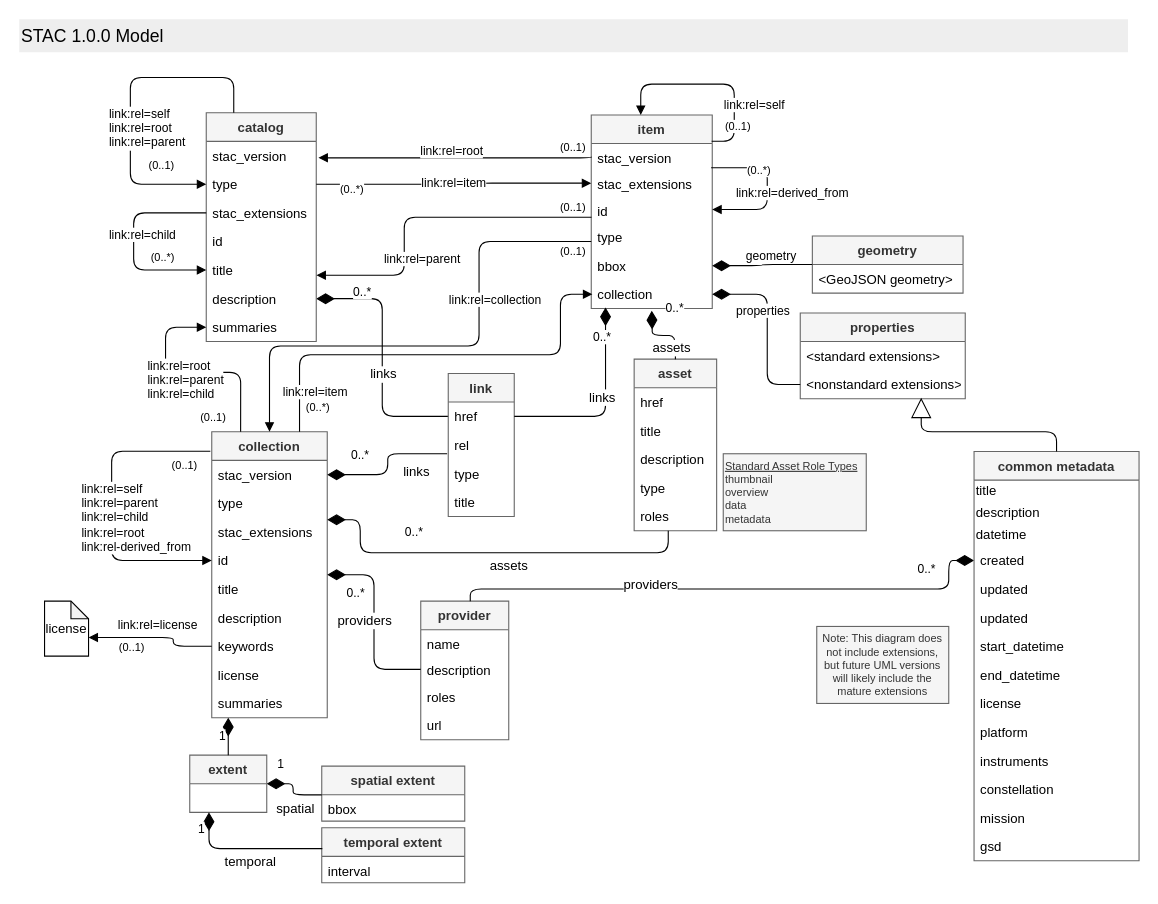
This is STAC-UML.drawio from radiantearth/stac-spec, a draw.io file, before an edit. Source tidied: cells renumbered, new cells numbered last; positions are measured from the earlier drawing's top-left corner, leaving out a move shared by most shapes. Both pictures are drawn from the tidied source at 110%, with x=0, y=0 at pixel (19, 19).
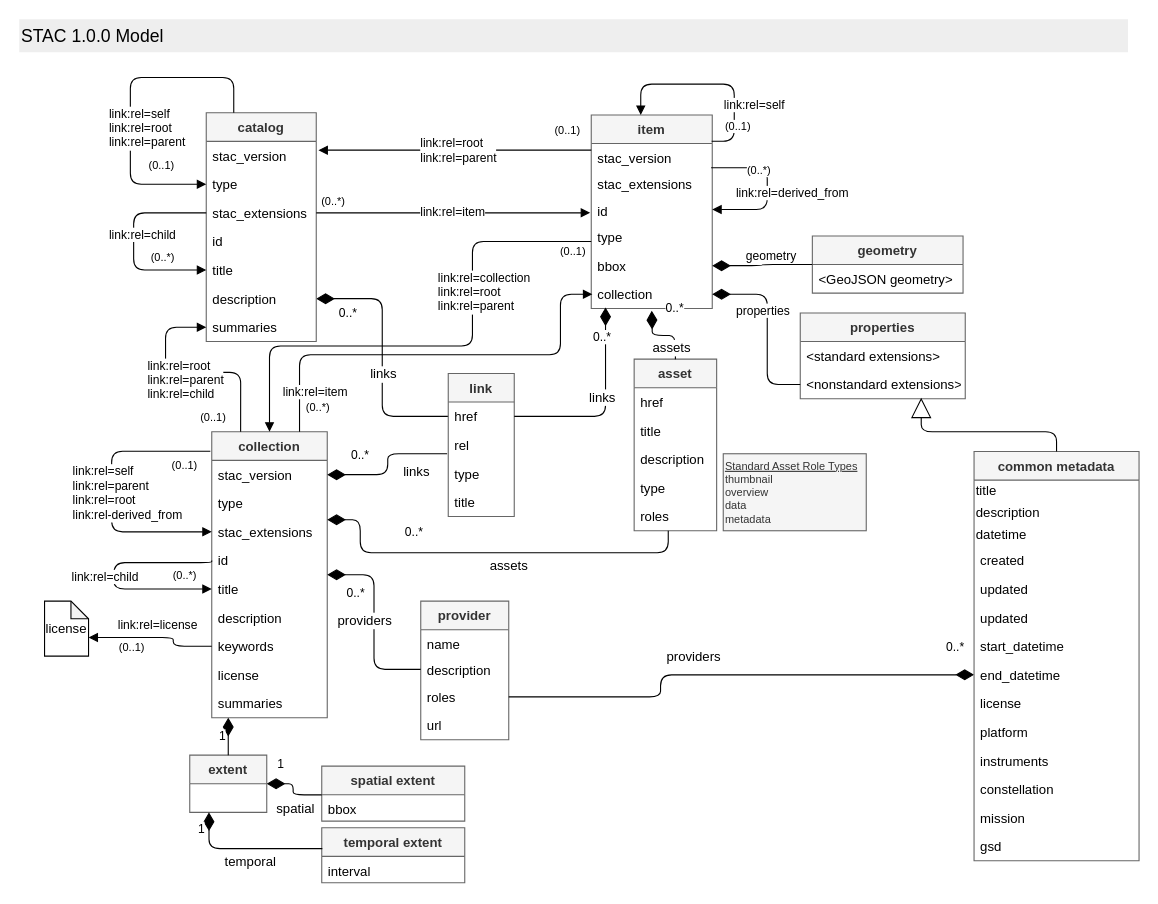
The same diagram, later.

Unchanged cells that the change refers to:
```xml
<mxCell id="6" value="type" style="text;strokeColor=none;fillColor=none;align=left;verticalAlign=top;spacingLeft=4;spacingRight=4;overflow=hidden;points=[[0,0.5],[1,0.5]];portConstraint=eastwest;" parent="4" vertex="1">
  <mxGeometry y="52" width="100" height="26" as="geometry" />
</mxCell>
<mxCell id="7" value="stac_extensions" style="text;strokeColor=none;fillColor=none;align=left;verticalAlign=top;spacingLeft=4;spacingRight=4;overflow=hidden;points=[[0,0.5],[1,0.5]];portConstraint=eastwest;" parent="4" vertex="1">
  <mxGeometry y="78" width="100" height="26" as="geometry" />
</mxCell>
<mxCell id="9" value="title" style="text;strokeColor=none;fillColor=none;align=left;verticalAlign=top;spacingLeft=4;spacingRight=4;overflow=hidden;points=[[0,0.5],[1,0.5]];portConstraint=eastwest;" parent="4" vertex="1">
  <mxGeometry y="130" width="100" height="26" as="geometry" />
</mxCell>
<mxCell id="10" value="description" style="text;strokeColor=none;fillColor=none;align=left;verticalAlign=top;spacingLeft=4;spacingRight=4;overflow=hidden;points=[[0,0.5],[1,0.5]];portConstraint=eastwest;" parent="4" vertex="1">
  <mxGeometry y="156" width="100" height="26" as="geometry" />
</mxCell>
<mxCell id="17" value="stac_version" style="text;strokeColor=none;fillColor=none;align=left;verticalAlign=top;spacingLeft=4;spacingRight=4;overflow=hidden;points=[[0,0.5],[1,0.5]];portConstraint=eastwest;" parent="16" vertex="1">
  <mxGeometry y="26" width="110" height="24" as="geometry" />
</mxCell>
<mxCell id="27" value="collection" style="swimlane;fontStyle=1;horizontal=1;startSize=26;fillColor=#f5f5f5;strokeColor=#666666;fontColor=#333333;" parent="1" vertex="1">
  <mxGeometry x="175" y="375" width="105" height="260" as="geometry" />
</mxCell>
<mxCell id="30" value="stac_extensions" style="text;strokeColor=none;fillColor=none;align=left;verticalAlign=top;spacingLeft=4;spacingRight=4;overflow=hidden;points=[[0,0.5],[1,0.5]];portConstraint=eastwest;" parent="27" vertex="1">
  <mxGeometry y="78" width="105" height="26" as="geometry" />
</mxCell>
<mxCell id="31" value="id" style="text;strokeColor=none;fillColor=none;align=left;verticalAlign=top;spacingLeft=4;spacingRight=4;overflow=hidden;points=[[0,0.5],[1,0.5]];portConstraint=eastwest;" parent="27" vertex="1">
  <mxGeometry y="104" width="105" height="26" as="geometry" />
</mxCell>
<mxCell id="32" value="title" style="text;strokeColor=none;fillColor=none;align=left;verticalAlign=top;spacingLeft=4;spacingRight=4;overflow=hidden;points=[[0,0.5],[1,0.5]];portConstraint=eastwest;" parent="27" vertex="1">
  <mxGeometry y="130" width="105" height="26" as="geometry" />
</mxCell>
<mxCell id="40" value="href" style="text;strokeColor=none;fillColor=none;align=left;verticalAlign=top;spacingLeft=4;spacingRight=4;overflow=hidden;points=[[0,0.5],[1,0.5]];portConstraint=eastwest;" parent="39" vertex="1">
  <mxGeometry y="26" width="60" height="26" as="geometry" />
</mxCell>
<mxCell id="73" value="provider" style="swimlane;fontStyle=1;horizontal=1;startSize=26;fillColor=#f5f5f5;strokeColor=#666666;fontColor=#333333;" parent="1" vertex="1">
  <mxGeometry x="365" y="529" width="80" height="126" as="geometry" />
</mxCell>
<mxCell id="76" value="roles" style="text;strokeColor=none;fillColor=none;align=left;verticalAlign=top;spacingLeft=4;spacingRight=4;overflow=hidden;points=[[0,0.5],[1,0.5]];portConstraint=eastwest;" parent="73" vertex="1">
  <mxGeometry y="74" width="80" height="26" as="geometry" />
</mxCell>
<mxCell id="86" value="created" style="text;strokeColor=none;fillColor=none;align=left;verticalAlign=top;spacingLeft=4;spacingRight=4;overflow=hidden;points=[[0,0.5],[1,0.5]];portConstraint=eastwest;" parent="82" vertex="1">
  <mxGeometry y="86" width="150" height="26" as="geometry" />
</mxCell>
<mxCell id="90" value="end_datetime" style="text;strokeColor=none;fillColor=none;align=left;verticalAlign=top;spacingLeft=4;spacingRight=4;overflow=hidden;points=[[0,0.5],[1,0.5]];portConstraint=eastwest;spacing=2;" parent="82" vertex="1">
  <mxGeometry y="190" width="150" height="26" as="geometry" />
</mxCell>
```

Diff of the diagram source:
```diff
@@
     <mxCell id="2" value="0..*" style="endArrow=none;html=1;endSize=12;startArrow=diamondThin;startSize=14;startFill=1;edgeStyle=orthogonalEdgeStyle;align=left;verticalAlign=bottom;entryX=0;entryY=0.5;entryDx=0;entryDy=0;endFill=0;" parent="1" edge="1" source="10" target="40">
-      <mxGeometry x="-0.72" y="-3" relative="1" as="geometry" />
+      <mxGeometry x="-0.83" y="-22" relative="1" as="geometry" />
     </mxCell>
@@
-    <mxCell id="37" value="link:rel=self&lt;br&gt;link:rel=parent&lt;br&gt;link:rel=child&lt;br&gt;link:rel=root&lt;br&gt;link:rel-derived_from" style="endArrow=block;endFill=1;html=1;edgeStyle=orthogonalEdgeStyle;align=left;verticalAlign=top;exitX=-0.012;exitY=0.068;exitDx=0;exitDy=0;exitPerimeter=0;entryX=0;entryY=0.5;entryDx=0;entryDy=0;" parent="27" edge="1" source="27" target="31">
-      <mxGeometry x="-0.21" y="-29" relative="1" as="geometry">
+    <mxCell id="37" value="link:rel=self&lt;br&gt;link:rel=parent&lt;br&gt;link:rel=root&lt;br&gt;link:rel-derived_from" style="endArrow=block;endFill=1;html=1;edgeStyle=orthogonalEdgeStyle;align=left;verticalAlign=top;exitX=-0.012;exitY=0.068;exitDx=0;exitDy=0;exitPerimeter=0;entryX=0;entryY=0.5;entryDx=0;entryDy=0;" parent="27" edge="1" source="27" target="30">
+      <mxGeometry x="-0.25" y="-37" relative="1" as="geometry">
         <Array as="points">
           <mxPoint x="-91" y="18" />
-          <mxPoint x="-91" y="117" />
+          <mxPoint x="-91" y="91" />
         </Array>
       </mxGeometry>
     </mxCell>
@@
+    <mxCell id="118" value="link:rel=child" style="endArrow=block;endFill=1;html=1;edgeStyle=orthogonalEdgeStyle;align=left;verticalAlign=top;exitX=0;exitY=0.5;exitDx=0;exitDy=0;entryX=0;entryY=0.5;entryDx=0;entryDy=0;" parent="27" edge="1" source="31" target="32">
+      <mxGeometry x="-0.11" y="-40" relative="1" as="geometry">
+        <Array as="points">
+          <mxPoint y="119" />
+          <mxPoint x="-89" y="119" />
+          <mxPoint x="-89" y="143" />
+        </Array>
+      </mxGeometry>
+    </mxCell>
+    <mxCell id="119" value="(0..*)" style="html=1;align=left;verticalAlign=bottom;labelBackgroundColor=#ffffff;fontSize=10;" parent="118" vertex="1">
+      <mxGeometry x="-1" relative="1" as="geometry">
+        <mxPoint x="-37.2" y="20.5" as="offset" />
+      </mxGeometry>
+    </mxCell>
@@
-    <mxCell id="61" value="Note: This diagram does not include extensions, but future UML versions will likely include the mature extensions" style="rounded=0;whiteSpace=wrap;html=1;fillColor=#f5f5f5;strokeColor=#666666;fontSize=10;fontColor=#333333;" parent="1" vertex="1">
-      <mxGeometry x="725" y="552" width="120" height="70" as="geometry" />
-    </mxCell>
@@
-    <mxCell id="63" value="link:rel=root" style="endArrow=block;endFill=1;html=1;edgeStyle=orthogonalEdgeStyle;align=left;verticalAlign=top;exitX=0;exitY=0.5;exitDx=0;exitDy=0;" parent="1" edge="1" source="17">
+    <mxCell id="63" value="link:rel=root&lt;br&gt;link:rel=parent" style="endArrow=block;endFill=1;html=1;edgeStyle=orthogonalEdgeStyle;align=left;verticalAlign=top;" parent="1" edge="1">
       <mxGeometry x="0.43" y="-27" relative="1" as="geometry">
-        <mxPoint x="272" y="126" as="targetPoint" />
+        <mxPoint x="520" y="119" as="sourcePoint" />
+        <mxPoint x="272" y="119" as="targetPoint" />
         <Array as="points">
-          <mxPoint x="520" y="126" />
+          <mxPoint x="520" y="119" />
         </Array>
         <mxPoint x="20" y="8" as="offset" />
       </mxGeometry>
     </mxCell>
     <mxCell id="64" value="(0..1)" style="html=1;align=left;verticalAlign=bottom;labelBackgroundColor=#ffffff;fontSize=10;" parent="63" vertex="1">
       <mxGeometry x="-1" relative="1" as="geometry">
-        <mxPoint x="-30" y="-1" as="offset" />
+        <mxPoint x="-35" y="-10" as="offset" />
       </mxGeometry>
     </mxCell>
-    <mxCell id="65" value="link:rel=item" style="endArrow=block;endFill=1;html=1;edgeStyle=orthogonalEdgeStyle;align=left;verticalAlign=top;exitX=1;exitY=0.5;exitDx=0;exitDy=0;" parent="1" edge="1" source="6">
+    <mxCell id="65" value="link:rel=item" style="endArrow=block;endFill=1;html=1;edgeStyle=orthogonalEdgeStyle;align=left;verticalAlign=top;exitX=1;exitY=0.5;exitDx=0;exitDy=0;" parent="1" edge="1" source="7">
       <mxGeometry x="-0.25" y="14" relative="1" as="geometry">
-        <mxPoint x="520" y="149" as="targetPoint" />
+        <mxPoint x="519" y="176" as="targetPoint" />
         <Array as="points">
-          <mxPoint x="420" y="150" />
+          <mxPoint x="519" y="176" />
         </Array>
       </mxGeometry>
     </mxCell>
     <mxCell id="66" value="(0..*)" style="html=1;align=left;verticalAlign=bottom;labelBackgroundColor=#ffffff;fontSize=10;" parent="65" vertex="1">
       <mxGeometry x="-1" relative="1" as="geometry">
-        <mxPoint x="20" y="12" as="offset" />
+        <mxPoint x="3" y="-3" as="offset" />
       </mxGeometry>
     </mxCell>
-    <mxCell id="67" value="link:rel=parent" style="endArrow=block;endFill=1;html=1;edgeStyle=orthogonalEdgeStyle;align=left;verticalAlign=top;exitX=0;exitY=0.5;exitDx=0;exitDy=0;entryX=1.002;entryY=0.681;entryDx=0;entryDy=0;entryPerimeter=0;" parent="1" edge="1" target="9">
-      <mxGeometry x="0.29" y="-20" relative="1" as="geometry">
-        <mxPoint x="520.2" y="180" as="sourcePoint" />
-        <Array as="points">
-          <mxPoint x="350" y="180" />
-        </Array>
-      </mxGeometry>
-    </mxCell>
-    <mxCell id="68" value="(0..1)" style="html=1;align=left;verticalAlign=bottom;labelBackgroundColor=#ffffff;fontSize=10;" parent="67" vertex="1">
-      <mxGeometry x="-1" relative="1" as="geometry">
-        <mxPoint x="-30" y="-1" as="offset" />
-      </mxGeometry>
-    </mxCell>
-    <mxCell id="69" value="link:rel=collection" style="endArrow=block;endFill=1;html=1;edgeStyle=orthogonalEdgeStyle;align=left;verticalAlign=top;entryX=0.5;entryY=0;entryDx=0;entryDy=0;" parent="1" edge="1" target="27">
-      <mxGeometry x="-0.39" y="-29" relative="1" as="geometry">
+    <mxCell id="69" value="link:rel=collection&lt;br&gt;link:rel=root&lt;br&gt;link:rel=parent" style="endArrow=block;endFill=1;html=1;edgeStyle=orthogonalEdgeStyle;align=left;verticalAlign=top;entryX=0.5;entryY=0;entryDx=0;entryDy=0;" parent="1" edge="1" target="27">
+      <mxGeometry x="-0.45" y="-33" relative="1" as="geometry">
         <mxPoint x="520" y="202" as="sourcePoint" />
         <Array as="points">
-          <mxPoint x="418" y="202" />
-          <mxPoint x="418" y="297" />
+          <mxPoint x="412" y="202" />
+          <mxPoint x="412" y="297" />
           <mxPoint x="228" y="297" />
           <mxPoint x="228" y="375" />
         </Array>
       </mxGeometry>
     </mxCell>
@@
-    <mxCell id="80" value="0..*" style="endArrow=none;html=1;endSize=12;startArrow=diamondThin;startSize=14;startFill=1;edgeStyle=orthogonalEdgeStyle;align=left;verticalAlign=bottom;endFill=0;exitX=0;exitY=0.5;exitDx=0;exitDy=0;" parent="1" edge="1" source="86" target="73">
-      <mxGeometry x="-0.68" y="-9" relative="1" as="geometry">
+    <mxCell id="80" value="0..*" style="endArrow=none;html=1;endSize=12;startArrow=diamondThin;startSize=14;startFill=1;edgeStyle=orthogonalEdgeStyle;align=left;verticalAlign=bottom;endFill=0;exitX=0;exitY=0.5;exitDx=0;exitDy=0;entryX=1;entryY=0.5;entryDx=0;entryDy=0;" parent="1" edge="1" source="90" target="76">
+      <mxGeometry x="-0.88" y="-16" relative="1" as="geometry">
         <Array as="points">
-          <mxPoint x="845" y="492" />
-          <mxPoint x="845" y="518" />
-          <mxPoint x="410" y="518" />
+          <mxPoint x="583" y="596" />
+          <mxPoint x="583" y="616" />
         </Array>
       </mxGeometry>
     </mxCell>
     <mxCell id="81" value="providers" style="text;html=1;align=center;verticalAlign=middle;labelBackgroundColor=#ffffff;" parent="80" vertex="1">
       <mxGeometry x="0.05" y="-6" relative="1" as="geometry">
-        <mxPoint x="-61" y="1" as="offset" />
+        <mxPoint x="-22.1" y="-11" as="offset" />
       </mxGeometry>
     </mxCell>
```
